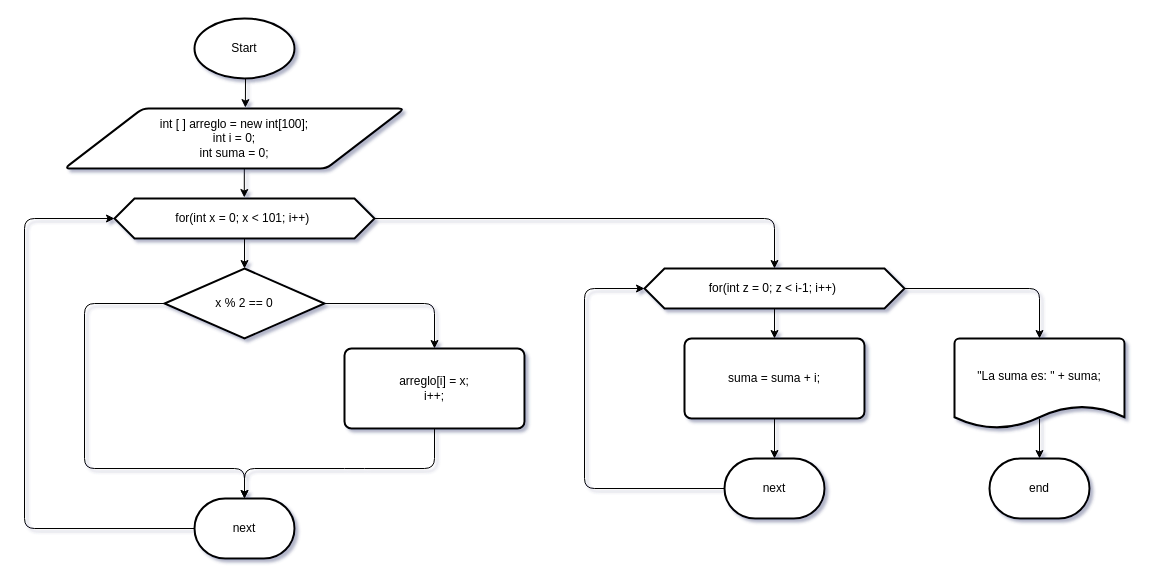
Before: NumerosParesArray.drawio in AnthonyLozadaAlexander/DiagramaDeFlujos, a draw.io diagram. Source tidied: cells renumbered, new cells numbered last; positions are measured from the earlier drawing's top-left corner, leaving out a move shared by most shapes. Both pictures are drawn from the tidied source at 100%, with x=0, y=0 at pixel (24, 18).
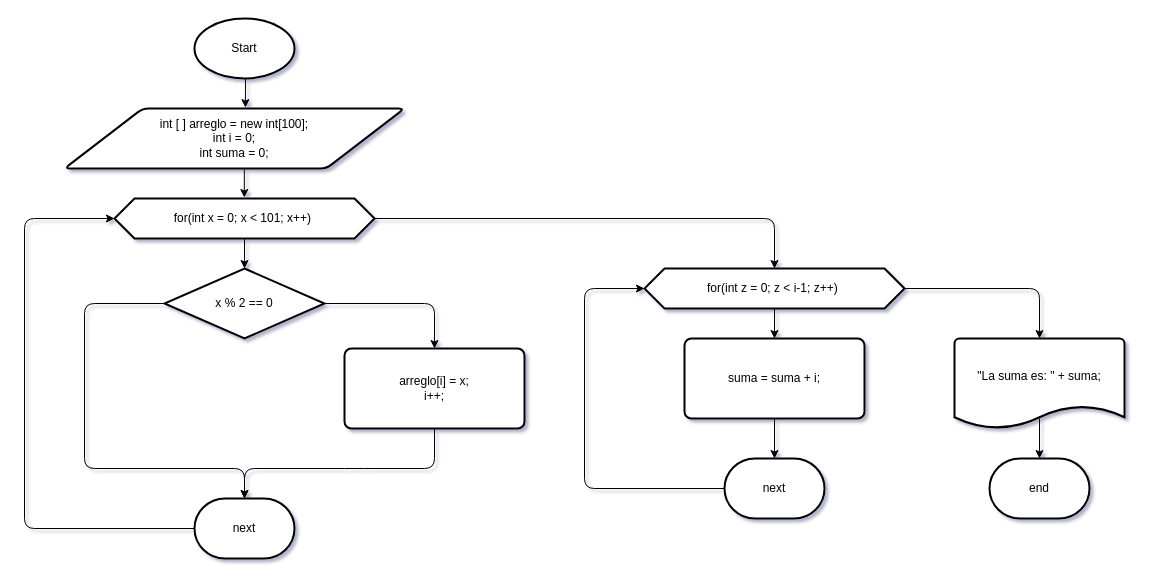
The same page after the edit.

Commit message:
Corregir variables de iteración en los bucles del diagrama de flujo del método de números pares.

The edit, as a diff of the source:
```diff
@@
-    <mxCell id="7" value="for(int x = 0; x &amp;lt; 101; i++)&amp;nbsp;" style="shape=hexagon;perimeter=hexagonPerimeter2;whiteSpace=wrap;html=1;fixedSize=1;strokeWidth=2;" parent="1" vertex="1">
+    <mxCell id="7" value="for(int x = 0; x &amp;lt; 101; x++)&amp;nbsp;" style="shape=hexagon;perimeter=hexagonPerimeter2;whiteSpace=wrap;html=1;fixedSize=1;strokeWidth=2;" parent="1" vertex="1">
       <mxGeometry x="90" y="180" width="260" height="40" as="geometry" />
     </mxCell>
@@
-    <mxCell id="17" value="for(int z = 0; z &amp;lt; i-1; i++)&amp;nbsp;" style="shape=hexagon;perimeter=hexagonPerimeter2;whiteSpace=wrap;html=1;fixedSize=1;strokeWidth=2;" parent="1" vertex="1">
+    <mxCell id="17" value="for(int z = 0; z &amp;lt; i-1; z++)&amp;nbsp;" style="shape=hexagon;perimeter=hexagonPerimeter2;whiteSpace=wrap;html=1;fixedSize=1;strokeWidth=2;" parent="1" vertex="1">
       <mxGeometry x="620" y="250" width="260" height="40" as="geometry" />
     </mxCell>
```
